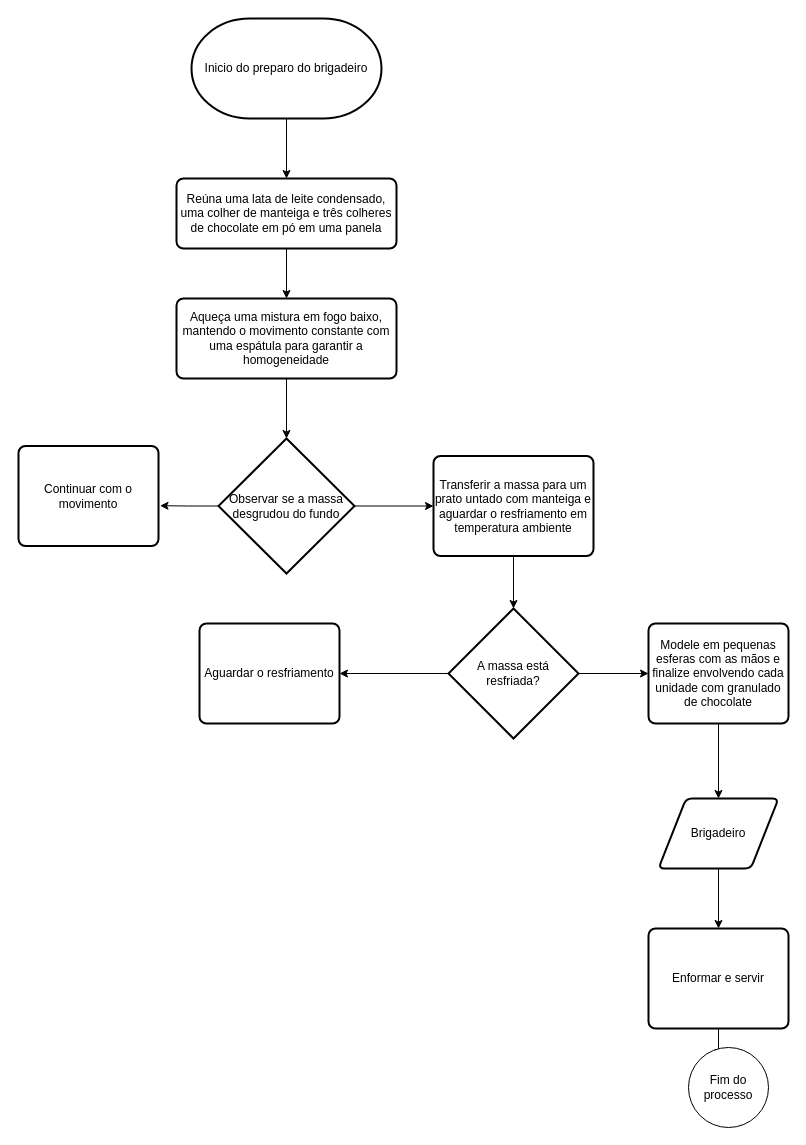
Earlier version of the draw.io diagram page "Brigadeiro" (3 of 6) of Algoritmos.drawio (vinialarcon/vinialarcon). Source tidied: cells renumbered, new cells numbered last; positions are measured from the earlier drawing's top-left corner, leaving out a move shared by most shapes. Both pictures are drawn from the tidied source at 100%, with x=0, y=0 at pixel (18, 18).
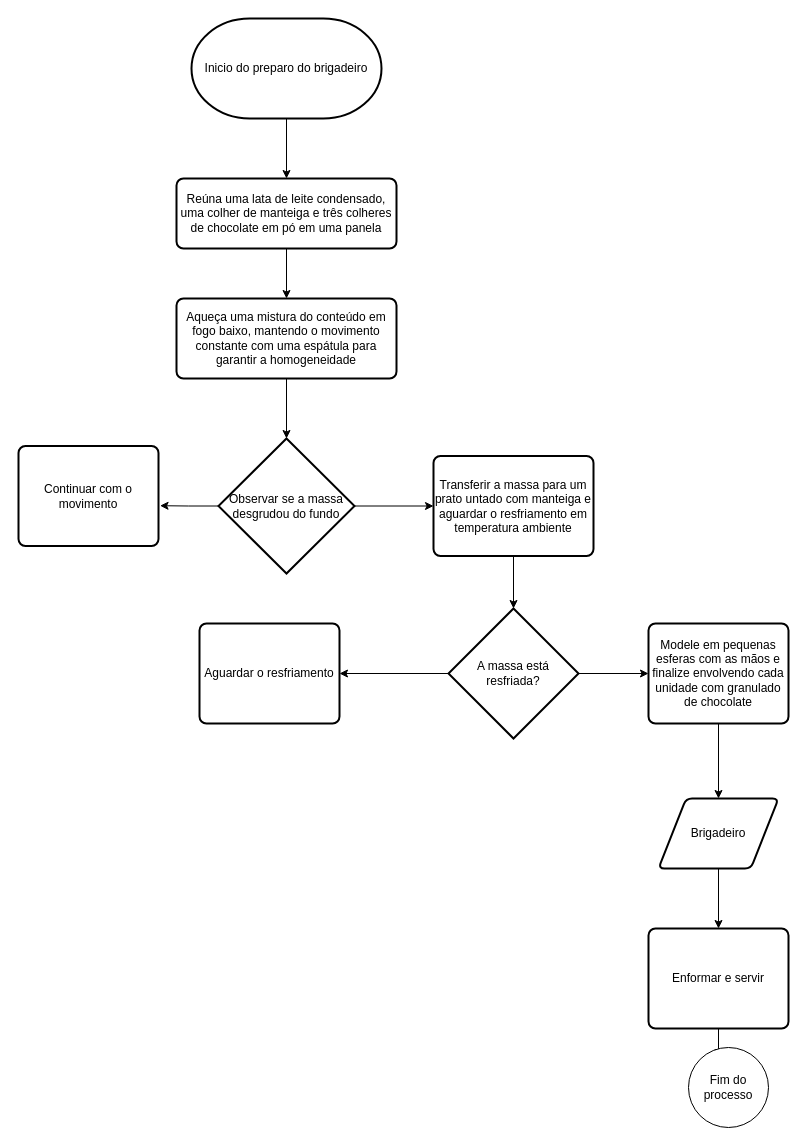
Above is the later version.

What changed in the source:
```diff
@@
-    <mxCell id="6" value="Aqueça uma mistura em fogo baixo, mantendo o movimento constante com uma espátula para garantir a homogeneidade" style="rounded=1;whiteSpace=wrap;html=1;absoluteArcSize=1;arcSize=14;strokeWidth=2;labelBackgroundColor=none;" parent="1" vertex="1">
+    <mxCell id="6" value="Aqueça uma mistura do conteúdo em fogo baixo, mantendo o movimento constante com uma espátula para garantir a homogeneidade" style="rounded=1;whiteSpace=wrap;html=1;absoluteArcSize=1;arcSize=14;strokeWidth=2;labelBackgroundColor=none;" parent="1" vertex="1">
       <mxGeometry x="158" y="280" width="220" height="80" as="geometry" />
     </mxCell>
```
